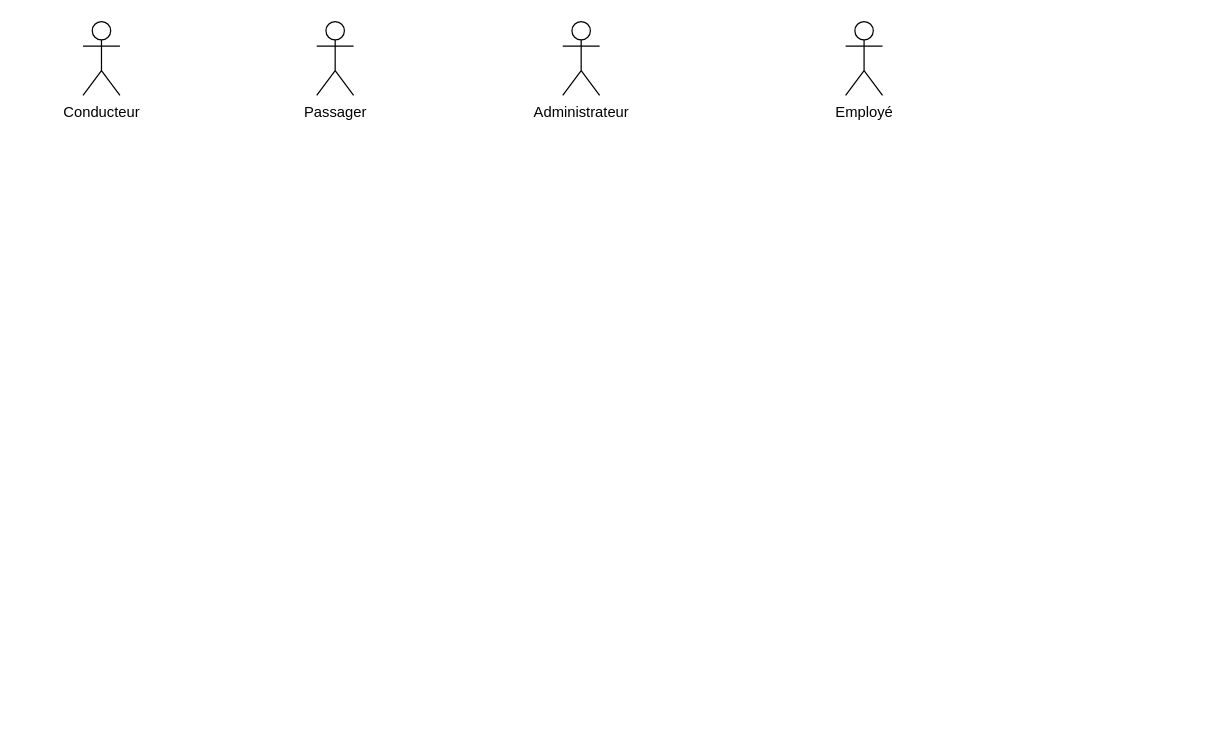
Before: diagramme d'utilisation EcoRide.drawio in elodiealix91620/EcoRide, a draw.io diagram. Source tidied: cells renumbered, new cells numbered last; positions are measured from the earlier drawing's top-left corner, leaving out a move shared by most shapes. Both pictures are drawn from the tidied source at 123%, with x=0, y=0 at pixel (82, 21).
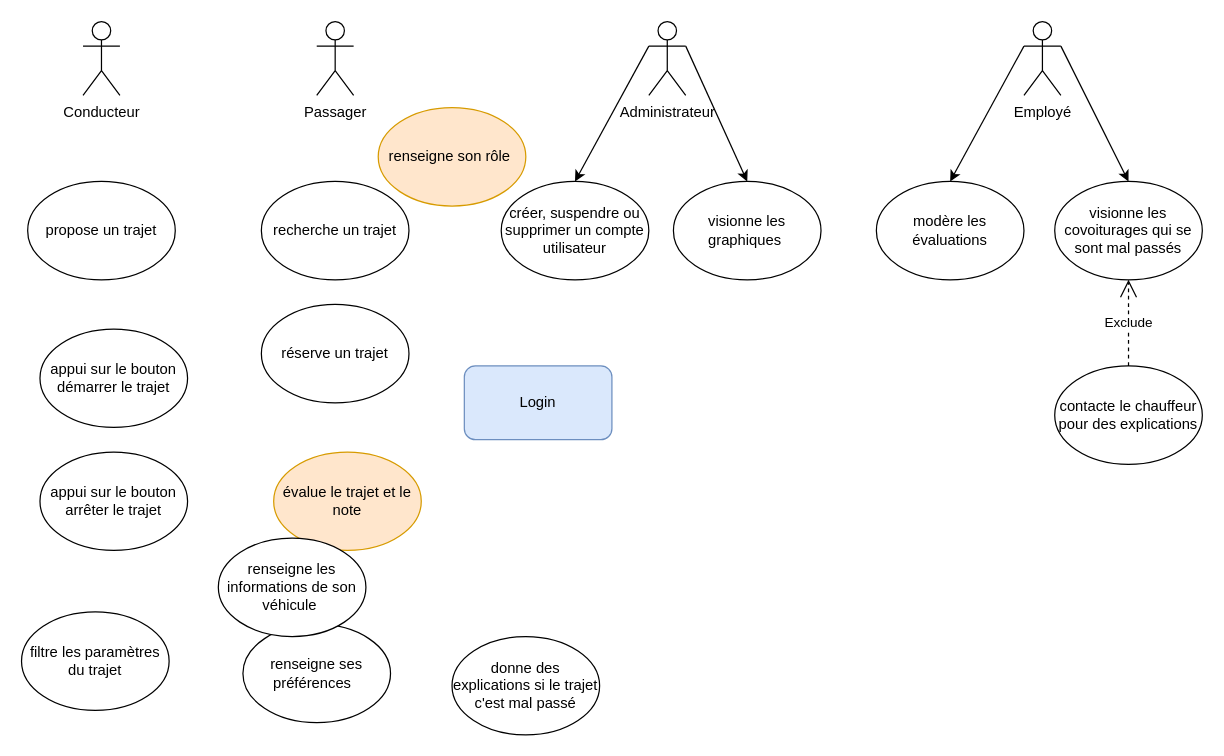
Above is the later version.

Commit message:
Mettre à jour diagramme d'utilisation EcoRide.drawio

What changed in the source:
```diff
@@
     <mxCell id="2" value="Administrateur" style="shape=umlActor;verticalLabelPosition=bottom;verticalAlign=top;html=1;outlineConnect=0;" parent="1" vertex="1">
-      <mxGeometry x="390" width="30" height="60" as="geometry" />
+      <mxGeometry x="460" width="30" height="60" as="geometry" />
     </mxCell>
@@
     <mxCell id="5" value="Employé" style="shape=umlActor;verticalLabelPosition=bottom;verticalAlign=top;html=1;outlineConnect=0;" parent="1" vertex="1">
-      <mxGeometry x="620" width="30" height="60" as="geometry" />
+      <mxGeometry x="765" width="30" height="60" as="geometry" />
     </mxCell>
+    <mxCell id="6" value="modère les évaluations" style="ellipse;whiteSpace=wrap;html=1;" parent="1" vertex="1">
+      <mxGeometry x="645" y="130" width="120" height="80" as="geometry" />
+    </mxCell>
+    <mxCell id="7" value="créer, suspendre ou supprimer un compte utilisateur" style="ellipse;whiteSpace=wrap;html=1;" parent="1" vertex="1">
+      <mxGeometry x="340" y="130" width="120" height="80" as="geometry" />
+    </mxCell>
+    <mxCell id="8" value="filtre les paramètres du trajet" style="ellipse;whiteSpace=wrap;html=1;" parent="1" vertex="1">
+      <mxGeometry x="-50" y="480" width="120" height="80" as="geometry" />
+    </mxCell>
+    <mxCell id="9" value="propose un trajet" style="ellipse;whiteSpace=wrap;html=1;" parent="1" vertex="1">
+      <mxGeometry x="-45" y="130" width="120" height="80" as="geometry" />
+    </mxCell>
+    <mxCell id="10" value="recherche un trajet" style="ellipse;whiteSpace=wrap;html=1;" parent="1" vertex="1">
+      <mxGeometry x="145" y="130" width="120" height="80" as="geometry" />
+    </mxCell>
+    <mxCell id="11" value="appui sur le bouton arrêter le trajet" style="ellipse;whiteSpace=wrap;html=1;" parent="1" vertex="1">
+      <mxGeometry x="-35" y="350" width="120" height="80" as="geometry" />
+    </mxCell>
+    <mxCell id="12" value="réserve un trajet" style="ellipse;whiteSpace=wrap;html=1;" parent="1" vertex="1">
+      <mxGeometry x="145" y="230" width="120" height="80" as="geometry" />
+    </mxCell>
+    <mxCell id="13" value="appui sur le bouton démarrer le trajet" style="ellipse;whiteSpace=wrap;html=1;" parent="1" vertex="1">
+      <mxGeometry x="-35" y="250" width="120" height="80" as="geometry" />
+    </mxCell>
+    <mxCell id="14" value="évalue le trajet et le note" style="ellipse;whiteSpace=wrap;html=1;fillColor=#ffe6cc;strokeColor=#d79b00;" parent="1" vertex="1">
+      <mxGeometry x="155" y="350" width="120" height="80" as="geometry" />
+    </mxCell>
+    <mxCell id="15" value="renseigne son rôle&amp;nbsp;" style="ellipse;whiteSpace=wrap;html=1;fillColor=#ffe6cc;strokeColor=#d79b00;" parent="1" vertex="1">
+      <mxGeometry x="240" y="70" width="120" height="80" as="geometry" />
+    </mxCell>
+    <mxCell id="16" value="renseigne ses préférences&amp;nbsp;&amp;nbsp;" style="ellipse;whiteSpace=wrap;html=1;" parent="1" vertex="1">
+      <mxGeometry x="130" y="490" width="120" height="80" as="geometry" />
+    </mxCell>
+    <mxCell id="17" value="renseigne les informations de son véhicule&amp;nbsp;" style="ellipse;whiteSpace=wrap;html=1;" parent="1" vertex="1">
+      <mxGeometry x="110" y="420" width="120" height="80" as="geometry" />
+    </mxCell>
+    <mxCell id="18" value="visionne les covoiturages qui se sont mal passés" style="ellipse;whiteSpace=wrap;html=1;" parent="1" vertex="1">
+      <mxGeometry x="790" y="130" width="120" height="80" as="geometry" />
+    </mxCell>
+    <mxCell id="19" value="donne des explications si le trajet c'est mal passé" style="ellipse;whiteSpace=wrap;html=1;" parent="1" vertex="1">
+      <mxGeometry x="300" y="500" width="120" height="80" as="geometry" />
+    </mxCell>
+    <mxCell id="20" value="visionne les graphiques&amp;nbsp;" style="ellipse;whiteSpace=wrap;html=1;" parent="1" vertex="1">
+      <mxGeometry x="480" y="130" width="120" height="80" as="geometry" />
+    </mxCell>
+    <mxCell id="21" value="contacte le chauffeur pour des explications" style="ellipse;whiteSpace=wrap;html=1;" parent="1" vertex="1">
+      <mxGeometry x="790" y="280" width="120" height="80" as="geometry" />
+    </mxCell>
+    <mxCell id="22" value="Login" style="rounded=1;whiteSpace=wrap;html=1;fillColor=#dae8fc;strokeColor=#6c8ebf;" parent="1" vertex="1">
+      <mxGeometry x="310" y="280" width="120" height="60" as="geometry" />
+    </mxCell>
+    <mxCell id="23" style="endArrow=classic;html=1;rounded=0;exitX=0;exitY=0.3333333333333333;exitDx=0;exitDy=0;exitPerimeter=0;entryX=0.5;entryY=0;entryDx=0;entryDy=0;" parent="1" edge="1" source="5" target="6">
+      <mxGeometry relative="1" as="geometry" />
+    </mxCell>
+    <mxCell id="24" style="endArrow=classic;html=1;rounded=0;entryX=0.5;entryY=0;entryDx=0;entryDy=0;exitX=1;exitY=0.3333333333333333;exitDx=0;exitDy=0;exitPerimeter=0;" parent="1" edge="1" source="5" target="18">
+      <mxGeometry relative="1" as="geometry" />
+    </mxCell>
+    <mxCell id="25" value="Exclude" style="endArrow=open;endSize=12;dashed=1;html=1;rounded=0;exitX=0.5;exitY=0;exitDx=0;exitDy=0;entryX=0.5;entryY=1;entryDx=0;entryDy=0;" parent="1" edge="1" source="21" target="18">
+      <mxGeometry relative="1" as="geometry" />
+    </mxCell>
+    <mxCell id="26" style="endArrow=classic;html=1;rounded=0;exitX=1;exitY=0.3333333333333333;exitDx=0;exitDy=0;exitPerimeter=0;entryX=0.5;entryY=0;entryDx=0;entryDy=0;" parent="1" edge="1" source="2" target="20">
+      <mxGeometry relative="1" as="geometry" />
+    </mxCell>
+    <mxCell id="27" style="endArrow=classic;html=1;rounded=0;entryX=0.5;entryY=0;entryDx=0;entryDy=0;exitX=0;exitY=0.3333333333333333;exitDx=0;exitDy=0;exitPerimeter=0;" parent="1" edge="1" source="2" target="7">
+      <mxGeometry relative="1" as="geometry" />
+    </mxCell>
```
